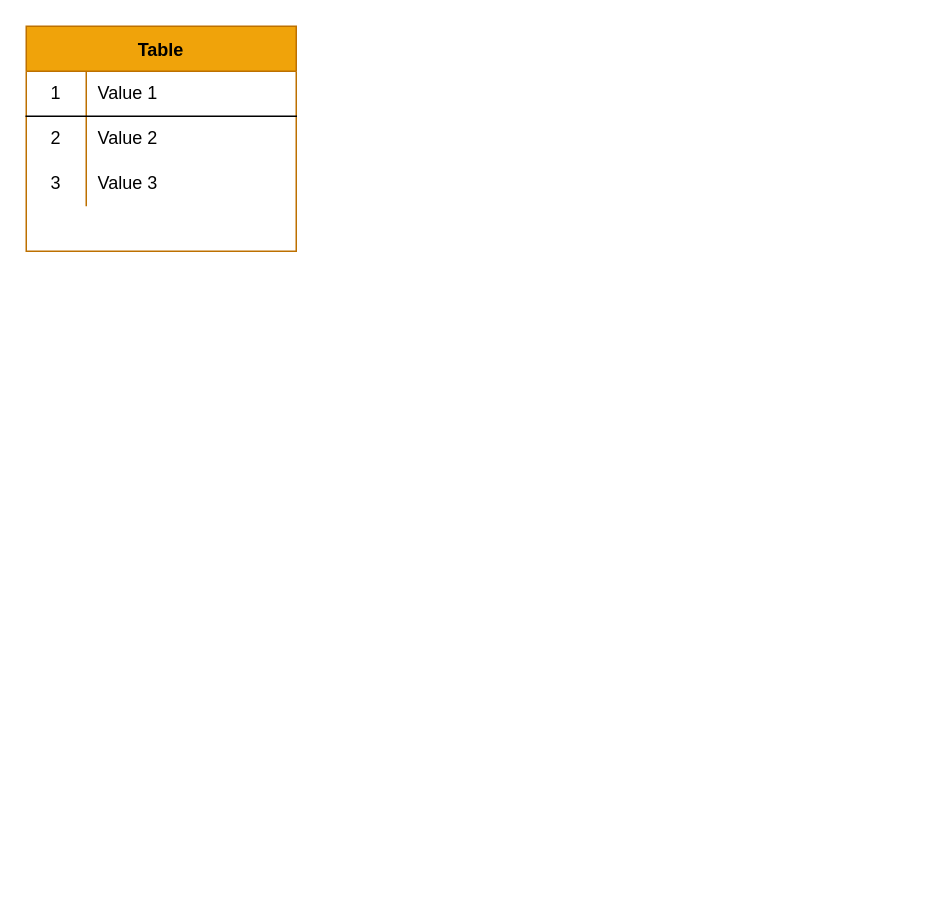
Above: db.drawio in lostintheway/shareapp (draw.io), before the change. Source tidied: cells renumbered, new cells numbered last; positions are measured from the earlier drawing's top-left corner, leaving out a move shared by most shapes. Both pictures are drawn from the tidied source at 150%, with x=0, y=0 at pixel (26, 26).
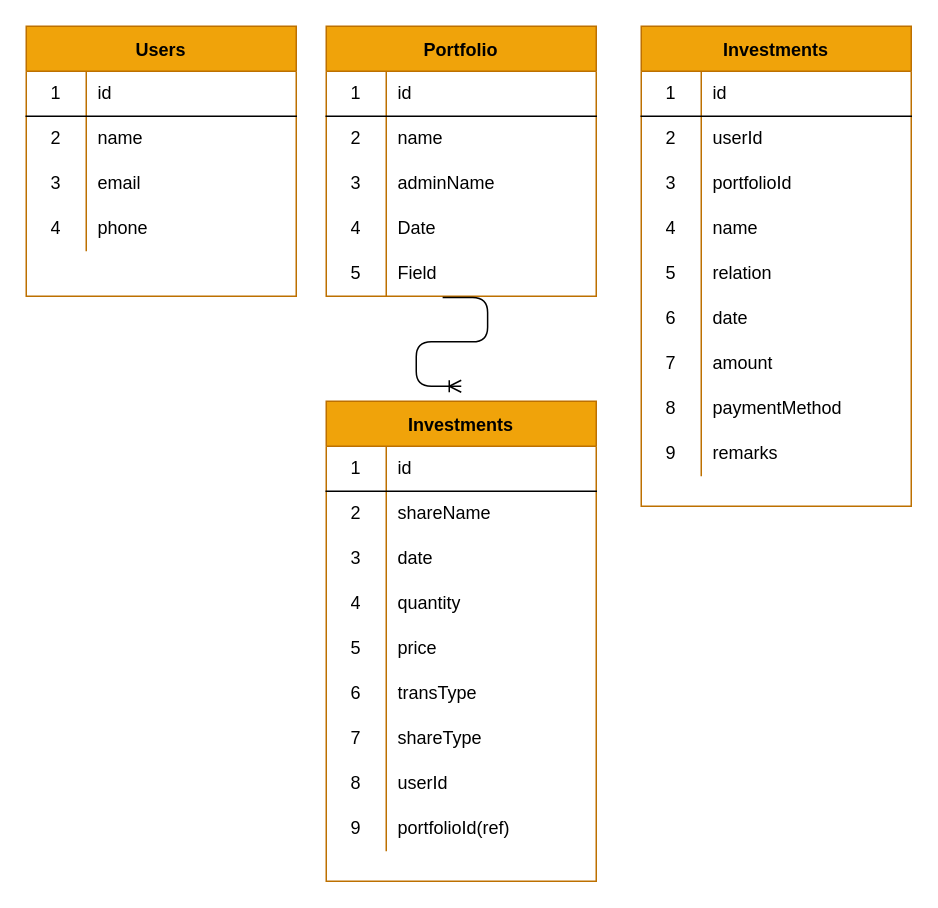
After the change.

Unchanged cells that the change refers to:
```xml
<mxCell id="3" style="shape=partialRectangle;html=1;whiteSpace=wrap;fillColor=none;top=0;left=0;bottom=1;right=0;" parent="2" vertex="1">
  <mxGeometry y="30" width="180" height="30" as="geometry" />
</mxCell>
<mxCell id="6" style="shape=partialRectangle;html=1;whiteSpace=wrap;fillColor=none;top=0;left=0;bottom=0;right=0;" parent="2" vertex="1">
  <mxGeometry y="60" width="180" height="30" as="geometry" />
</mxCell>
<mxCell id="9" style="shape=partialRectangle;html=1;whiteSpace=wrap;fillColor=none;top=0;left=0;bottom=0;right=0;" parent="2" vertex="1">
  <mxGeometry y="90" width="180" height="30" as="geometry" />
</mxCell>
```

Change to the diagram source:
```diff
@@
-    <mxCell id="2" value="Table" style="shape=table;startSize=30;childLayout=tableLayout;rowLines=0;fontStyle=1;align=center;fillColor=#f0a30a;strokeColor=#BD7000;fontColor=#000000;" parent="1" vertex="1">
-      <mxGeometry width="180" height="150" as="geometry" />
+    <mxCell id="2" value="Users" style="shape=table;startSize=30;childLayout=tableLayout;rowLines=0;fontStyle=1;align=center;fillColor=#f0a30a;strokeColor=#BD7000;fontColor=#000000;" parent="1" vertex="1">
+      <mxGeometry width="180" height="180" as="geometry" />
     </mxCell>
@@
-    <mxCell id="5" value="Value 1" style="shape=partialRectangle;html=1;whiteSpace=wrap;fillColor=none;top=0;left=0;bottom=0;right=0;align=left;spacingLeft=6;overflow=hidden;" parent="3" vertex="1">
+    <mxCell id="5" value="id" style="shape=partialRectangle;html=1;whiteSpace=wrap;fillColor=none;top=0;left=0;bottom=0;right=0;align=left;spacingLeft=6;overflow=hidden;" parent="3" vertex="1">
       <mxGeometry x="40" width="140" height="30" as="geometry" />
     </mxCell>
@@
-    <mxCell id="8" value="Value 2" style="shape=partialRectangle;html=1;whiteSpace=wrap;fillColor=none;top=0;left=0;bottom=0;right=0;align=left;spacingLeft=6;overflow=hidden;" parent="6" vertex="1">
+    <mxCell id="8" value="name" style="shape=partialRectangle;html=1;whiteSpace=wrap;fillColor=none;top=0;left=0;bottom=0;right=0;align=left;spacingLeft=6;overflow=hidden;" parent="6" vertex="1">
       <mxGeometry x="40" width="140" height="30" as="geometry" />
     </mxCell>
@@
-    <mxCell id="11" value="Value 3" style="shape=partialRectangle;html=1;whiteSpace=wrap;fillColor=none;top=0;left=0;bottom=0;right=0;align=left;spacingLeft=6;overflow=hidden;" parent="9" vertex="1">
+    <mxCell id="11" value="email" style="shape=partialRectangle;html=1;whiteSpace=wrap;fillColor=none;top=0;left=0;bottom=0;right=0;align=left;spacingLeft=6;overflow=hidden;" parent="9" vertex="1">
       <mxGeometry x="40" width="140" height="30" as="geometry" />
     </mxCell>
+    <mxCell id="12" style="shape=partialRectangle;html=1;whiteSpace=wrap;fillColor=none;top=0;left=0;bottom=0;right=0;" parent="2" vertex="1">
+      <mxGeometry y="120" width="180" height="30" as="geometry" />
+    </mxCell>
+    <mxCell id="13" value="4" style="shape=partialRectangle;html=1;whiteSpace=wrap;fillColor=none;top=0;left=0;bottom=0;right=0;overflow=hidden;" parent="12" vertex="1">
+      <mxGeometry width="40" height="30" as="geometry" />
+    </mxCell>
+    <mxCell id="14" value="phone" style="shape=partialRectangle;html=1;whiteSpace=wrap;fillColor=none;top=0;left=0;bottom=0;right=0;align=left;spacingLeft=6;overflow=hidden;" parent="12" vertex="1">
+      <mxGeometry x="40" width="140" height="30" as="geometry" />
+    </mxCell>
+    <mxCell id="15" value="Portfolio" style="shape=table;startSize=30;childLayout=tableLayout;rowLines=0;fontStyle=1;align=center;fillColor=#f0a30a;strokeColor=#BD7000;fontColor=#000000;" parent="1" vertex="1">
+      <mxGeometry x="200" width="180" height="180" as="geometry" />
+    </mxCell>
+    <mxCell id="16" style="shape=partialRectangle;html=1;whiteSpace=wrap;fillColor=none;top=0;left=0;bottom=1;right=0;" parent="15" vertex="1">
+      <mxGeometry y="30" width="180" height="30" as="geometry" />
+    </mxCell>
+    <mxCell id="17" value="1" style="shape=partialRectangle;html=1;whiteSpace=wrap;fillColor=none;top=0;left=0;bottom=0;right=0;overflow=hidden;" parent="16" vertex="1">
+      <mxGeometry width="40" height="30" as="geometry" />
+    </mxCell>
+    <mxCell id="18" value="id" style="shape=partialRectangle;html=1;whiteSpace=wrap;fillColor=none;top=0;left=0;bottom=0;right=0;align=left;spacingLeft=6;overflow=hidden;" parent="16" vertex="1">
+      <mxGeometry x="40" width="140" height="30" as="geometry" />
+    </mxCell>
+    <mxCell id="19" style="shape=partialRectangle;html=1;whiteSpace=wrap;fillColor=none;top=0;left=0;bottom=0;right=0;" parent="15" vertex="1">
+      <mxGeometry y="60" width="180" height="30" as="geometry" />
+    </mxCell>
+    <mxCell id="20" value="2" style="shape=partialRectangle;html=1;whiteSpace=wrap;fillColor=none;top=0;left=0;bottom=0;right=0;overflow=hidden;" parent="19" vertex="1">
+      <mxGeometry width="40" height="30" as="geometry" />
+    </mxCell>
+    <mxCell id="21" value="name" style="shape=partialRectangle;html=1;whiteSpace=wrap;fillColor=none;top=0;left=0;bottom=0;right=0;align=left;spacingLeft=6;overflow=hidden;" parent="19" vertex="1">
+      <mxGeometry x="40" width="140" height="30" as="geometry" />
+    </mxCell>
+    <mxCell id="22" style="shape=partialRectangle;html=1;whiteSpace=wrap;fillColor=none;top=0;left=0;bottom=0;right=0;" parent="15" vertex="1">
+      <mxGeometry y="90" width="180" height="30" as="geometry" />
+    </mxCell>
+    <mxCell id="23" value="3" style="shape=partialRectangle;html=1;whiteSpace=wrap;fillColor=none;top=0;left=0;bottom=0;right=0;overflow=hidden;" parent="22" vertex="1">
+      <mxGeometry width="40" height="30" as="geometry" />
+    </mxCell>
+    <mxCell id="24" value="adminName" style="shape=partialRectangle;html=1;whiteSpace=wrap;fillColor=none;top=0;left=0;bottom=0;right=0;align=left;spacingLeft=6;overflow=hidden;" parent="22" vertex="1">
+      <mxGeometry x="40" width="140" height="30" as="geometry" />
+    </mxCell>
+    <mxCell id="25" style="shape=partialRectangle;html=1;whiteSpace=wrap;fillColor=none;top=0;left=0;bottom=0;right=0;" parent="15" vertex="1">
+      <mxGeometry y="120" width="180" height="30" as="geometry" />
+    </mxCell>
+    <mxCell id="26" value="4" style="shape=partialRectangle;html=1;whiteSpace=wrap;fillColor=none;top=0;left=0;bottom=0;right=0;overflow=hidden;" parent="25" vertex="1">
+      <mxGeometry width="40" height="30" as="geometry" />
+    </mxCell>
+    <mxCell id="27" value="Date" style="shape=partialRectangle;html=1;whiteSpace=wrap;fillColor=none;top=0;left=0;bottom=0;right=0;align=left;spacingLeft=6;overflow=hidden;" parent="25" vertex="1">
+      <mxGeometry x="40" width="140" height="30" as="geometry" />
+    </mxCell>
+    <mxCell id="28" style="shape=partialRectangle;html=1;whiteSpace=wrap;fillColor=none;top=0;left=0;bottom=0;right=0;points=[[0,0.5],[1,0.5]];portConstraint=eastwest;" parent="15" vertex="1">
+      <mxGeometry y="150" width="180" height="30" as="geometry" />
+    </mxCell>
+    <mxCell id="29" value="5" style="shape=partialRectangle;html=1;whiteSpace=wrap;fillColor=none;top=0;left=0;bottom=0;right=0;overflow=hidden;" parent="28" vertex="1">
+      <mxGeometry width="40" height="30" as="geometry" />
+    </mxCell>
+    <mxCell id="30" value="Field" style="shape=partialRectangle;html=1;whiteSpace=wrap;fillColor=none;top=0;left=0;bottom=0;right=0;align=left;spacingLeft=6;overflow=hidden;" parent="28" vertex="1">
+      <mxGeometry x="40" width="140" height="30" as="geometry" />
+    </mxCell>
+    <mxCell id="31" value="Investments" style="shape=table;startSize=30;childLayout=tableLayout;rowLines=0;fontStyle=1;align=center;fillColor=#f0a30a;strokeColor=#BD7000;fontColor=#000000;" parent="1" vertex="1">
+      <mxGeometry x="410" width="180" height="320" as="geometry" />
+    </mxCell>
+    <mxCell id="32" style="shape=partialRectangle;html=1;whiteSpace=wrap;fillColor=none;top=0;left=0;bottom=1;right=0;" parent="31" vertex="1">
+      <mxGeometry y="30" width="180" height="30" as="geometry" />
+    </mxCell>
+    <mxCell id="33" value="1" style="shape=partialRectangle;html=1;whiteSpace=wrap;fillColor=none;top=0;left=0;bottom=0;right=0;overflow=hidden;" parent="32" vertex="1">
+      <mxGeometry width="40" height="30" as="geometry" />
+    </mxCell>
+    <mxCell id="34" value="id" style="shape=partialRectangle;html=1;whiteSpace=wrap;fillColor=none;top=0;left=0;bottom=0;right=0;align=left;spacingLeft=6;overflow=hidden;" parent="32" vertex="1">
+      <mxGeometry x="40" width="140" height="30" as="geometry" />
+    </mxCell>
+    <mxCell id="35" style="shape=partialRectangle;html=1;whiteSpace=wrap;fillColor=none;top=0;left=0;bottom=0;right=0;" parent="31" vertex="1">
+      <mxGeometry y="60" width="180" height="30" as="geometry" />
+    </mxCell>
+    <mxCell id="36" value="2" style="shape=partialRectangle;html=1;whiteSpace=wrap;fillColor=none;top=0;left=0;bottom=0;right=0;overflow=hidden;" parent="35" vertex="1">
+      <mxGeometry width="40" height="30" as="geometry" />
+    </mxCell>
+    <mxCell id="37" value="userId" style="shape=partialRectangle;html=1;whiteSpace=wrap;fillColor=none;top=0;left=0;bottom=0;right=0;align=left;spacingLeft=6;overflow=hidden;" parent="35" vertex="1">
+      <mxGeometry x="40" width="140" height="30" as="geometry" />
+    </mxCell>
+    <mxCell id="38" style="shape=partialRectangle;html=1;whiteSpace=wrap;fillColor=none;top=0;left=0;bottom=0;right=0;" parent="31" vertex="1">
+      <mxGeometry y="90" width="180" height="30" as="geometry" />
+    </mxCell>
+    <mxCell id="39" value="3" style="shape=partialRectangle;html=1;whiteSpace=wrap;fillColor=none;top=0;left=0;bottom=0;right=0;overflow=hidden;" parent="38" vertex="1">
+      <mxGeometry width="40" height="30" as="geometry" />
+    </mxCell>
+    <mxCell id="40" value="portfolioId" style="shape=partialRectangle;html=1;whiteSpace=wrap;fillColor=none;top=0;left=0;bottom=0;right=0;align=left;spacingLeft=6;overflow=hidden;" parent="38" vertex="1">
+      <mxGeometry x="40" width="140" height="30" as="geometry" />
+    </mxCell>
+    <mxCell id="41" style="shape=partialRectangle;html=1;whiteSpace=wrap;fillColor=none;top=0;left=0;bottom=0;right=0;" parent="31" vertex="1">
+      <mxGeometry y="120" width="180" height="30" as="geometry" />
+    </mxCell>
+    <mxCell id="42" value="4" style="shape=partialRectangle;html=1;whiteSpace=wrap;fillColor=none;top=0;left=0;bottom=0;right=0;overflow=hidden;" parent="41" vertex="1">
+      <mxGeometry width="40" height="30" as="geometry" />
+    </mxCell>
+    <mxCell id="43" value="name" style="shape=partialRectangle;html=1;whiteSpace=wrap;fillColor=none;top=0;left=0;bottom=0;right=0;align=left;spacingLeft=6;overflow=hidden;" parent="41" vertex="1">
+      <mxGeometry x="40" width="140" height="30" as="geometry" />
+    </mxCell>
+    <mxCell id="44" style="shape=partialRectangle;html=1;whiteSpace=wrap;fillColor=none;top=0;left=0;bottom=0;right=0;" parent="31" vertex="1">
+      <mxGeometry y="150" width="180" height="30" as="geometry" />
+    </mxCell>
+    <mxCell id="45" value="5" style="shape=partialRectangle;html=1;whiteSpace=wrap;fillColor=none;top=0;left=0;bottom=0;right=0;overflow=hidden;" parent="44" vertex="1">
+      <mxGeometry width="40" height="30" as="geometry" />
+    </mxCell>
+    <mxCell id="46" value="relation" style="shape=partialRectangle;html=1;whiteSpace=wrap;fillColor=none;top=0;left=0;bottom=0;right=0;align=left;spacingLeft=6;overflow=hidden;" parent="44" vertex="1">
+      <mxGeometry x="40" width="140" height="30" as="geometry" />
+    </mxCell>
+    <mxCell id="47" style="shape=partialRectangle;html=1;whiteSpace=wrap;fillColor=none;top=0;left=0;bottom=0;right=0;" parent="31" vertex="1">
+      <mxGeometry y="180" width="180" height="30" as="geometry" />
+    </mxCell>
+    <mxCell id="48" value="6" style="shape=partialRectangle;html=1;whiteSpace=wrap;fillColor=none;top=0;left=0;bottom=0;right=0;overflow=hidden;" parent="47" vertex="1">
+      <mxGeometry width="40" height="30" as="geometry" />
+    </mxCell>
+    <mxCell id="49" value="date" style="shape=partialRectangle;html=1;whiteSpace=wrap;fillColor=none;top=0;left=0;bottom=0;right=0;align=left;spacingLeft=6;overflow=hidden;" parent="47" vertex="1">
+      <mxGeometry x="40" width="140" height="30" as="geometry" />
+    </mxCell>
+    <mxCell id="50" style="shape=partialRectangle;html=1;whiteSpace=wrap;fillColor=none;top=0;left=0;bottom=0;right=0;" parent="31" vertex="1">
+      <mxGeometry y="210" width="180" height="30" as="geometry" />
+    </mxCell>
+    <mxCell id="51" value="7" style="shape=partialRectangle;html=1;whiteSpace=wrap;fillColor=none;top=0;left=0;bottom=0;right=0;overflow=hidden;" parent="50" vertex="1">
+      <mxGeometry width="40" height="30" as="geometry" />
+    </mxCell>
+    <mxCell id="52" value="amount" style="shape=partialRectangle;html=1;whiteSpace=wrap;fillColor=none;top=0;left=0;bottom=0;right=0;align=left;spacingLeft=6;overflow=hidden;" parent="50" vertex="1">
+      <mxGeometry x="40" width="140" height="30" as="geometry" />
+    </mxCell>
+    <mxCell id="53" style="shape=partialRectangle;html=1;whiteSpace=wrap;fillColor=none;top=0;left=0;bottom=0;right=0;" parent="31" vertex="1">
+      <mxGeometry y="240" width="180" height="30" as="geometry" />
+    </mxCell>
+    <mxCell id="54" value="8" style="shape=partialRectangle;html=1;whiteSpace=wrap;fillColor=none;top=0;left=0;bottom=0;right=0;overflow=hidden;" parent="53" vertex="1">
+      <mxGeometry width="40" height="30" as="geometry" />
+    </mxCell>
+    <mxCell id="55" value="paymentMethod" style="shape=partialRectangle;html=1;whiteSpace=wrap;fillColor=none;top=0;left=0;bottom=0;right=0;align=left;spacingLeft=6;overflow=hidden;" parent="53" vertex="1">
+      <mxGeometry x="40" width="140" height="30" as="geometry" />
+    </mxCell>
+    <mxCell id="56" style="shape=partialRectangle;html=1;whiteSpace=wrap;fillColor=none;top=0;left=0;bottom=0;right=0;" parent="31" vertex="1">
+      <mxGeometry y="270" width="180" height="30" as="geometry" />
+    </mxCell>
+    <mxCell id="57" value="9" style="shape=partialRectangle;html=1;whiteSpace=wrap;fillColor=none;top=0;left=0;bottom=0;right=0;overflow=hidden;" parent="56" vertex="1">
+      <mxGeometry width="40" height="30" as="geometry" />
+    </mxCell>
+    <mxCell id="58" value="remarks" style="shape=partialRectangle;html=1;whiteSpace=wrap;fillColor=none;top=0;left=0;bottom=0;right=0;align=left;spacingLeft=6;overflow=hidden;" parent="56" vertex="1">
+      <mxGeometry x="40" width="140" height="30" as="geometry" />
+    </mxCell>
+    <mxCell id="59" value="Investments" style="shape=table;startSize=30;childLayout=tableLayout;rowLines=0;fontStyle=1;align=center;fillColor=#f0a30a;strokeColor=#BD7000;fontColor=#000000;" parent="1" vertex="1">
+      <mxGeometry x="200" y="250" width="180" height="320" as="geometry" />
+    </mxCell>
+    <mxCell id="60" style="shape=partialRectangle;html=1;whiteSpace=wrap;fillColor=none;top=0;left=0;bottom=1;right=0;" parent="59" vertex="1">
+      <mxGeometry y="30" width="180" height="30" as="geometry" />
+    </mxCell>
+    <mxCell id="61" value="1" style="shape=partialRectangle;html=1;whiteSpace=wrap;fillColor=none;top=0;left=0;bottom=0;right=0;overflow=hidden;" parent="60" vertex="1">
+      <mxGeometry width="40" height="30" as="geometry" />
+    </mxCell>
+    <mxCell id="62" value="id" style="shape=partialRectangle;html=1;whiteSpace=wrap;fillColor=none;top=0;left=0;bottom=0;right=0;align=left;spacingLeft=6;overflow=hidden;" parent="60" vertex="1">
+      <mxGeometry x="40" width="140" height="30" as="geometry" />
+    </mxCell>
+    <mxCell id="63" style="shape=partialRectangle;html=1;whiteSpace=wrap;fillColor=none;top=0;left=0;bottom=0;right=0;" parent="59" vertex="1">
+      <mxGeometry y="60" width="180" height="30" as="geometry" />
+    </mxCell>
+    <mxCell id="64" value="2" style="shape=partialRectangle;html=1;whiteSpace=wrap;fillColor=none;top=0;left=0;bottom=0;right=0;overflow=hidden;" parent="63" vertex="1">
+      <mxGeometry width="40" height="30" as="geometry" />
+    </mxCell>
+    <mxCell id="65" value="shareName" style="shape=partialRectangle;html=1;whiteSpace=wrap;fillColor=none;top=0;left=0;bottom=0;right=0;align=left;spacingLeft=6;overflow=hidden;" parent="63" vertex="1">
+      <mxGeometry x="40" width="140" height="30" as="geometry" />
+    </mxCell>
+    <mxCell id="66" style="shape=partialRectangle;html=1;whiteSpace=wrap;fillColor=none;top=0;left=0;bottom=0;right=0;" parent="59" vertex="1">
+      <mxGeometry y="90" width="180" height="30" as="geometry" />
+    </mxCell>
+    <mxCell id="67" value="3" style="shape=partialRectangle;html=1;whiteSpace=wrap;fillColor=none;top=0;left=0;bottom=0;right=0;overflow=hidden;" parent="66" vertex="1">
+      <mxGeometry width="40" height="30" as="geometry" />
+    </mxCell>
+    <mxCell id="68" value="date" style="shape=partialRectangle;html=1;whiteSpace=wrap;fillColor=none;top=0;left=0;bottom=0;right=0;align=left;spacingLeft=6;overflow=hidden;" parent="66" vertex="1">
+      <mxGeometry x="40" width="140" height="30" as="geometry" />
+    </mxCell>
+    <mxCell id="69" style="shape=partialRectangle;html=1;whiteSpace=wrap;fillColor=none;top=0;left=0;bottom=0;right=0;" parent="59" vertex="1">
+      <mxGeometry y="120" width="180" height="30" as="geometry" />
+    </mxCell>
+    <mxCell id="70" value="4" style="shape=partialRectangle;html=1;whiteSpace=wrap;fillColor=none;top=0;left=0;bottom=0;right=0;overflow=hidden;" parent="69" vertex="1">
+      <mxGeometry width="40" height="30" as="geometry" />
+    </mxCell>
+    <mxCell id="71" value="quantity" style="shape=partialRectangle;html=1;whiteSpace=wrap;fillColor=none;top=0;left=0;bottom=0;right=0;align=left;spacingLeft=6;overflow=hidden;" parent="69" vertex="1">
+      <mxGeometry x="40" width="140" height="30" as="geometry" />
+    </mxCell>
+    <mxCell id="72" style="shape=partialRectangle;html=1;whiteSpace=wrap;fillColor=none;top=0;left=0;bottom=0;right=0;" parent="59" vertex="1">
+      <mxGeometry y="150" width="180" height="30" as="geometry" />
+    </mxCell>
+    <mxCell id="73" value="5" style="shape=partialRectangle;html=1;whiteSpace=wrap;fillColor=none;top=0;left=0;bottom=0;right=0;overflow=hidden;" parent="72" vertex="1">
+      <mxGeometry width="40" height="30" as="geometry" />
+    </mxCell>
+    <mxCell id="74" value="price" style="shape=partialRectangle;html=1;whiteSpace=wrap;fillColor=none;top=0;left=0;bottom=0;right=0;align=left;spacingLeft=6;overflow=hidden;" parent="72" vertex="1">
+      <mxGeometry x="40" width="140" height="30" as="geometry" />
+    </mxCell>
+    <mxCell id="75" style="shape=partialRectangle;html=1;whiteSpace=wrap;fillColor=none;top=0;left=0;bottom=0;right=0;" parent="59" vertex="1">
+      <mxGeometry y="180" width="180" height="30" as="geometry" />
+    </mxCell>
+    <mxCell id="76" value="6" style="shape=partialRectangle;html=1;whiteSpace=wrap;fillColor=none;top=0;left=0;bottom=0;right=0;overflow=hidden;" parent="75" vertex="1">
+      <mxGeometry width="40" height="30" as="geometry" />
+    </mxCell>
+    <mxCell id="77" value="transType" style="shape=partialRectangle;html=1;whiteSpace=wrap;fillColor=none;top=0;left=0;bottom=0;right=0;align=left;spacingLeft=6;overflow=hidden;" parent="75" vertex="1">
+      <mxGeometry x="40" width="140" height="30" as="geometry" />
+    </mxCell>
+    <mxCell id="78" style="shape=partialRectangle;html=1;whiteSpace=wrap;fillColor=none;top=0;left=0;bottom=0;right=0;" parent="59" vertex="1">
+      <mxGeometry y="210" width="180" height="30" as="geometry" />
+    </mxCell>
+    <mxCell id="79" value="7" style="shape=partialRectangle;html=1;whiteSpace=wrap;fillColor=none;top=0;left=0;bottom=0;right=0;overflow=hidden;" parent="78" vertex="1">
+      <mxGeometry width="40" height="30" as="geometry" />
+    </mxCell>
+    <mxCell id="80" value="shareType" style="shape=partialRectangle;html=1;whiteSpace=wrap;fillColor=none;top=0;left=0;bottom=0;right=0;align=left;spacingLeft=6;overflow=hidden;" parent="78" vertex="1">
+      <mxGeometry x="40" width="140" height="30" as="geometry" />
+    </mxCell>
+    <mxCell id="81" style="shape=partialRectangle;html=1;whiteSpace=wrap;fillColor=none;top=0;left=0;bottom=0;right=0;" parent="59" vertex="1">
+      <mxGeometry y="240" width="180" height="30" as="geometry" />
+    </mxCell>
+    <mxCell id="82" value="8" style="shape=partialRectangle;html=1;whiteSpace=wrap;fillColor=none;top=0;left=0;bottom=0;right=0;overflow=hidden;" parent="81" vertex="1">
+      <mxGeometry width="40" height="30" as="geometry" />
+    </mxCell>
+    <mxCell id="83" value="userId" style="shape=partialRectangle;html=1;whiteSpace=wrap;fillColor=none;top=0;left=0;bottom=0;right=0;align=left;spacingLeft=6;overflow=hidden;" parent="81" vertex="1">
+      <mxGeometry x="40" width="140" height="30" as="geometry" />
+    </mxCell>
+    <mxCell id="84" style="shape=partialRectangle;html=1;whiteSpace=wrap;fillColor=none;top=0;left=0;bottom=0;right=0;" parent="59" vertex="1">
+      <mxGeometry y="270" width="180" height="30" as="geometry" />
+    </mxCell>
+    <mxCell id="85" value="9" style="shape=partialRectangle;html=1;whiteSpace=wrap;fillColor=none;top=0;left=0;bottom=0;right=0;overflow=hidden;" parent="84" vertex="1">
+      <mxGeometry width="40" height="30" as="geometry" />
+    </mxCell>
+    <mxCell id="86" value="portfolioId(ref)" style="shape=partialRectangle;html=1;whiteSpace=wrap;fillColor=none;top=0;left=0;bottom=0;right=0;align=left;spacingLeft=6;overflow=hidden;" parent="84" vertex="1">
+      <mxGeometry x="40" width="140" height="30" as="geometry" />
+    </mxCell>
+    <mxCell id="87" style="edgeStyle=entityRelationEdgeStyle;fontSize=12;html=1;endArrow=ERoneToMany;exitX=0.431;exitY=1.027;exitDx=0;exitDy=0;exitPerimeter=0;" parent="1" edge="1" source="28">
+      <mxGeometry relative="1" as="geometry">
+        <mxPoint x="290" y="240" as="targetPoint" />
+      </mxGeometry>
+    </mxCell>
```
